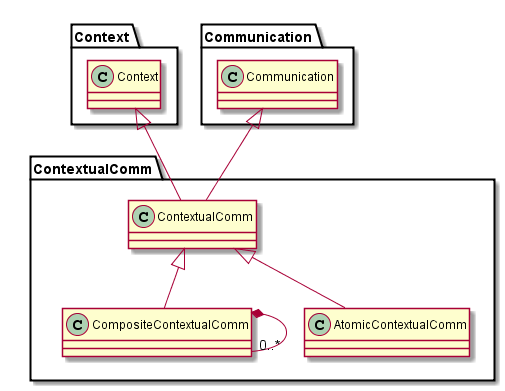
reTHINK-project/scenario-service-implementation keeps this PlantUML diagram as docs/Deliverable_52/applications_doc/smart-contextual-assistance/contextual-communication-design.png. Above is the earlier version.
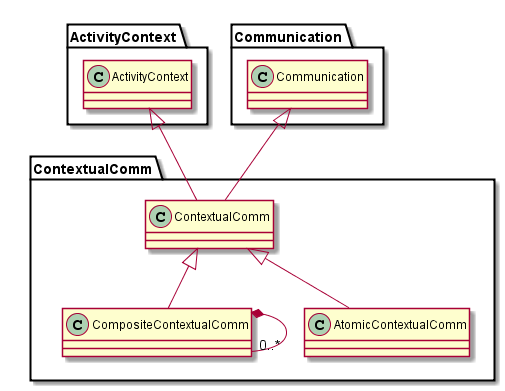
After the change.

Commit message:
Activity Context added

The edit, as a diff of the source:
```diff
@@ -16,7 +16,7 @@
 
 	CompositeContextualComm *-"0..*" CompositeContextualComm
 
-	ContextualComm -up-|> Context.Context
+	ContextualComm -up-|> ActivityContext.ActivityContext
 
 	ContextualComm -up-|> Communication.Communication
 
```
